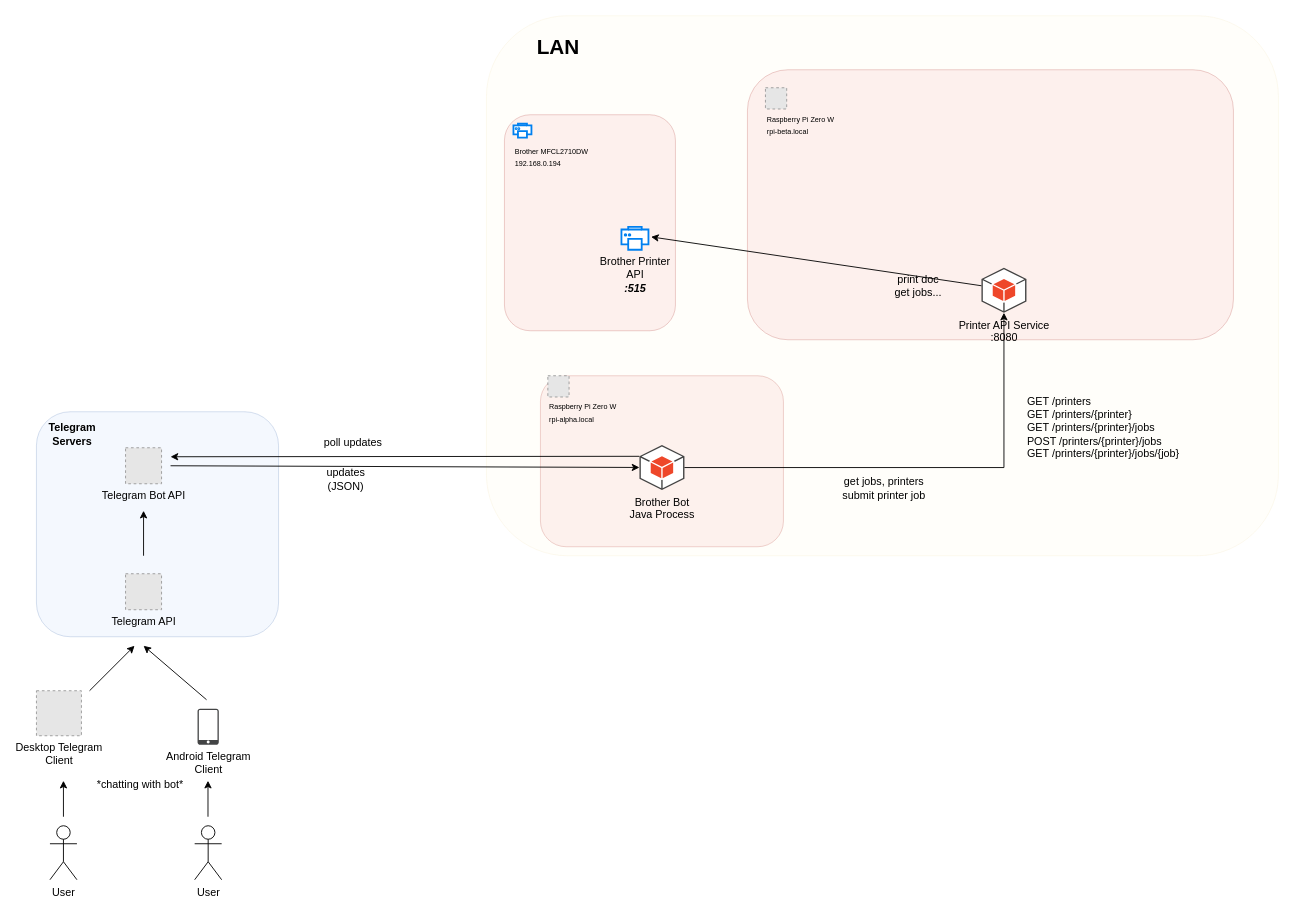
Before: docs/task-reduced.drawio in CoDen256/brother-bot, a draw.io diagram. Source tidied: cells renumbered, new cells numbered last; positions are measured from the earlier drawing's top-left corner, leaving out a move shared by most shapes. Both pictures are drawn from the tidied source at 90%, with x=0, y=0 at pixel (36, 15). Pictures stored in the file or linked from it are replaced by grey dashed boxes.
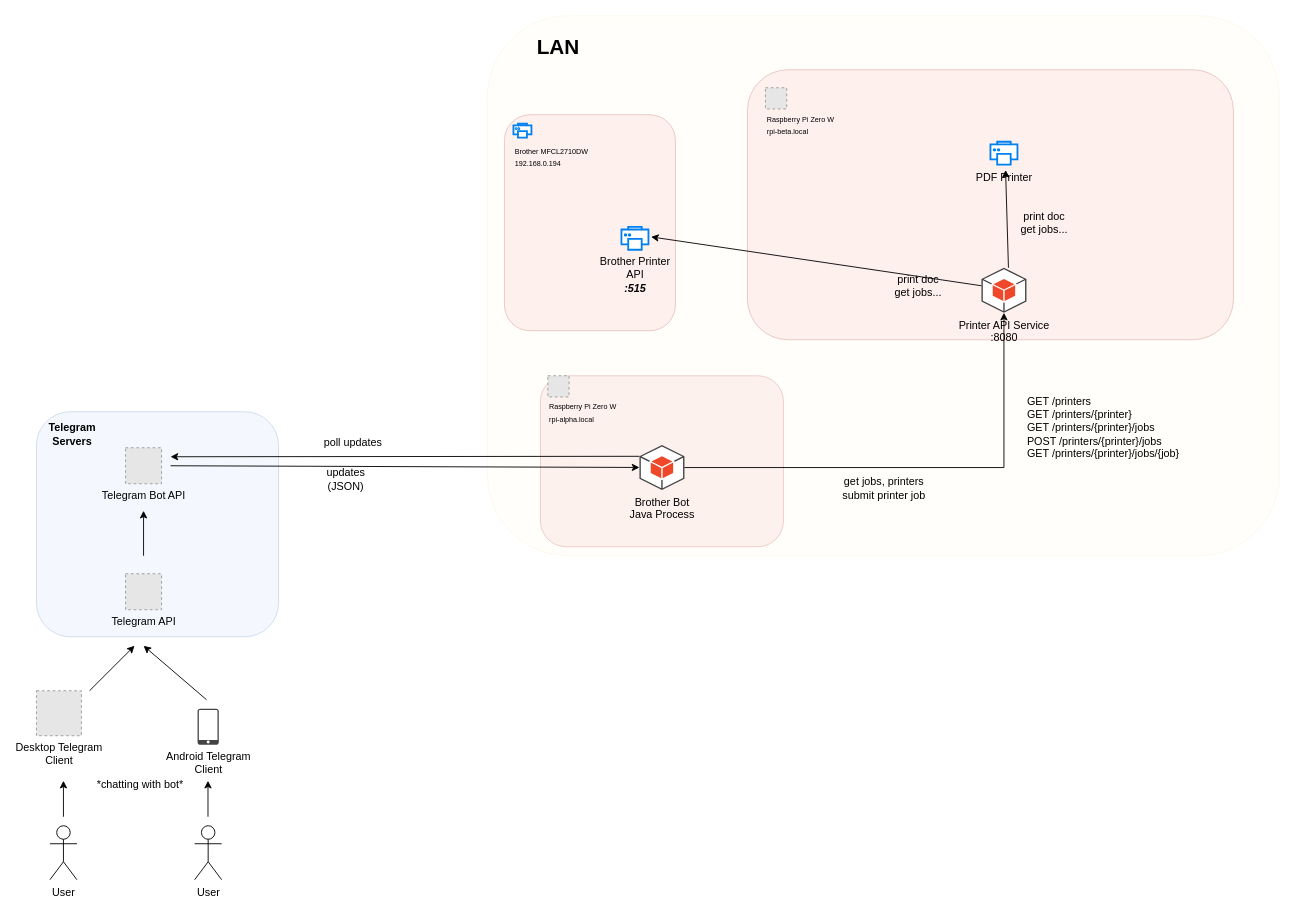
The same diagram, later.

What changed in the source:
```diff
@@
     <mxCell id="3" style="rounded=1;whiteSpace=wrap;html=1;fillColor=#fff2cc;strokeColor=#d6b656;opacity=10;strokeWidth=1;" parent="1" vertex="1">
-      <mxGeometry x="500" width="880" height="600" as="geometry" />
+      <mxGeometry x="501" width="880" height="600" as="geometry" />
     </mxCell>
@@
+    <mxCell id="36" value="PDF Printer&lt;br&gt;" style="html=1;verticalLabelPosition=bottom;align=center;labelBackgroundColor=none;verticalAlign=top;strokeWidth=2;strokeColor=#0080F0;shadow=0;dashed=0;shape=mxgraph.ios7.icons.printer;" parent="1" vertex="1">
+      <mxGeometry x="1060" y="140" width="30" height="25.5" as="geometry" />
+    </mxCell>
+    <mxCell id="37" style="endArrow=classic;html=1;rounded=0;entryX=0.56;entryY=1.231;entryDx=0;entryDy=0;entryPerimeter=0;" parent="1" edge="1" target="36">
+      <mxGeometry relative="1" as="geometry">
+        <mxPoint x="1080" y="280" as="sourcePoint" />
+      </mxGeometry>
+    </mxCell>
+    <mxCell id="38" value="print doc&lt;br&gt;get jobs..." style="text;html=1;strokeColor=none;fillColor=none;align=center;verticalAlign=middle;whiteSpace=wrap;rounded=0;" parent="1" vertex="1">
+      <mxGeometry x="1090" y="215" width="60" height="30" as="geometry" />
+    </mxCell>
```
